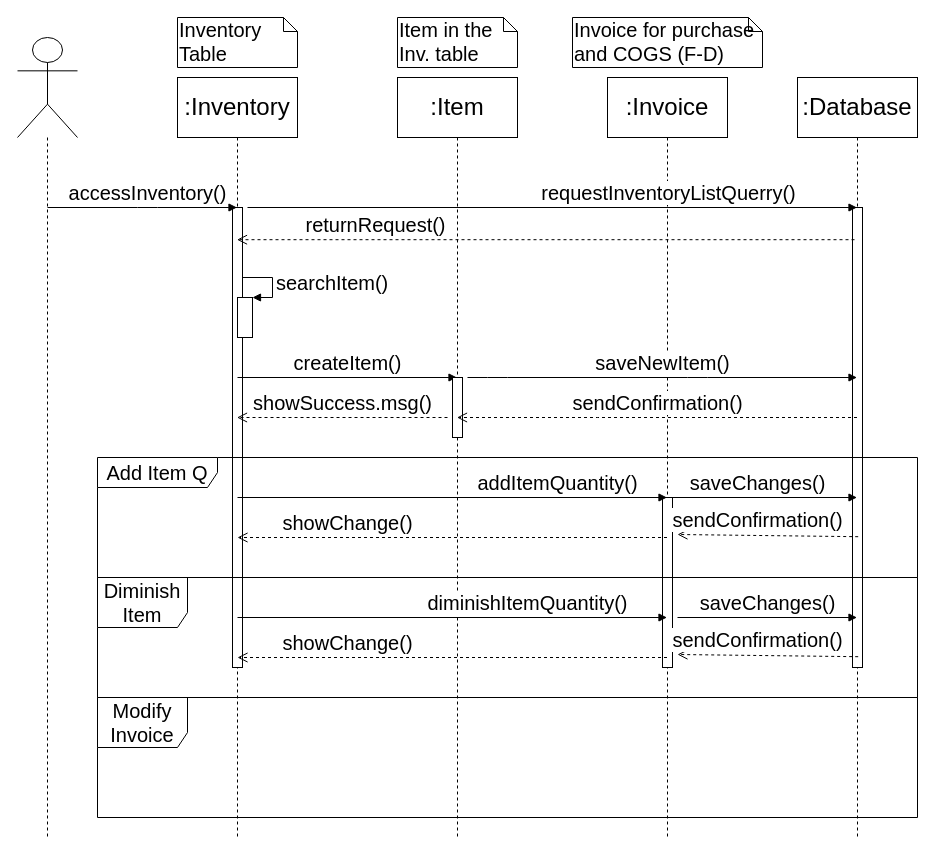
Above: Diagrams/Sequence Diagrams/SEQ_17-18-19-20_Register Add Diminish Inventory Items and Modify Invoice.drawio in kkasharaj17/SE-project (draw.io), before the change. Source tidied: cells renumbered, new cells numbered last; positions are measured from the earlier drawing's top-left corner, leaving out a move shared by most shapes. Both pictures are drawn from the tidied source at 100%, with x=0, y=0 at pixel (17, 17).
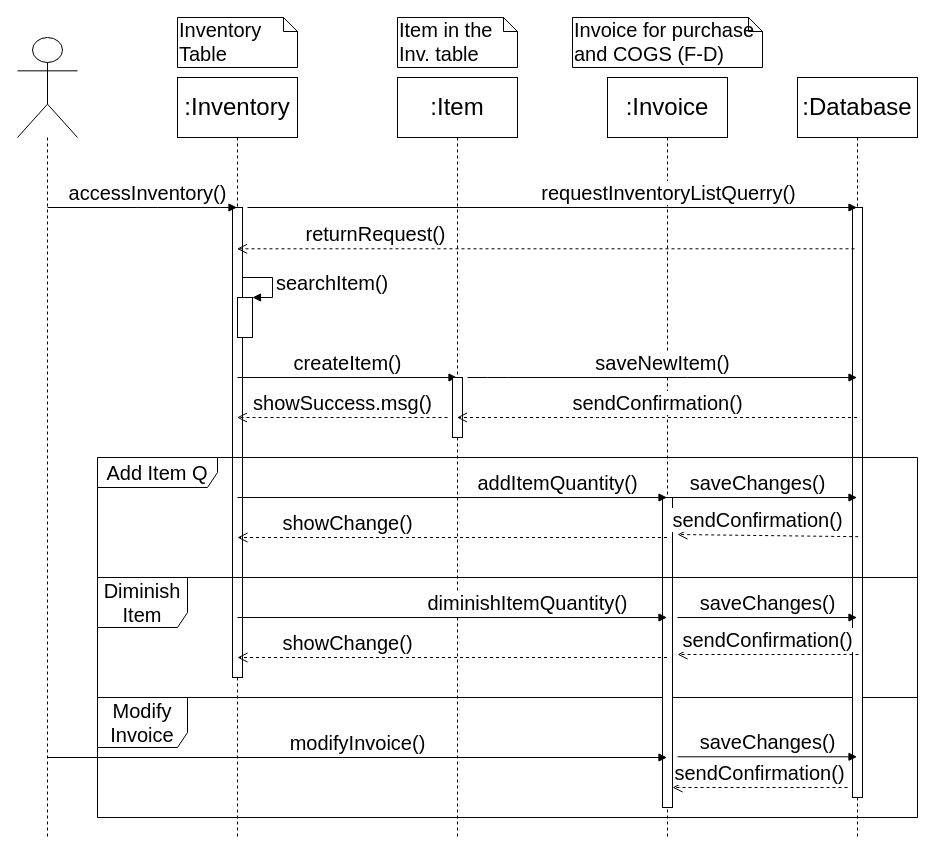
After the change.

Unchanged cells that the change refers to:
```xml
<mxCell id="4" value=":Invoice" style="shape=umlLifeline;perimeter=lifelinePerimeter;whiteSpace=wrap;html=1;outlineConnect=0;size=60;fontSize=24;" parent="1" vertex="1">
  <mxGeometry x="590" y="60" width="120" height="760" as="geometry" />
</mxCell>
<mxCell id="6" value=":Database" style="shape=umlLifeline;perimeter=lifelinePerimeter;whiteSpace=wrap;html=1;outlineConnect=0;size=60;fontSize=24;" parent="1" vertex="1">
  <mxGeometry x="780" y="60" width="120" height="760" as="geometry" />
</mxCell>
<mxCell id="8" value=":Inventory" style="shape=umlLifeline;perimeter=lifelinePerimeter;whiteSpace=wrap;html=1;outlineConnect=0;size=60;fontSize=24;" parent="1" vertex="1">
  <mxGeometry x="160" y="60" width="120" height="760" as="geometry" />
</mxCell>
<mxCell id="15" style="shape=umlLifeline;participant=umlActor;perimeter=lifelinePerimeter;whiteSpace=wrap;html=1;verticalAlign=top;spacingTop=36;labelBackgroundColor=#ffffff;size=100;" parent="1" vertex="1">
  <mxGeometry y="20" width="60" height="800" as="geometry" />
</mxCell>
```

Change to the diagram source:
```diff
@@
     <mxCell id="5" style="html=1;points=[];perimeter=orthogonalPerimeter;fontSize=20;" parent="4" vertex="1">
-      <mxGeometry x="55" y="420" width="10" height="170" as="geometry" />
+      <mxGeometry x="55" y="420" width="10" height="310" as="geometry" />
     </mxCell>
@@
     <mxCell id="7" style="html=1;points=[];perimeter=orthogonalPerimeter;fontSize=20;" parent="6" vertex="1">
-      <mxGeometry x="55" y="130" width="10" height="460" as="geometry" />
+      <mxGeometry x="55" y="130" width="10" height="590" as="geometry" />
     </mxCell>
@@
     <mxCell id="9" style="html=1;points=[];perimeter=orthogonalPerimeter;fontSize=20;" parent="8" vertex="1">
-      <mxGeometry x="55" y="130" width="10" height="460" as="geometry" />
+      <mxGeometry x="55" y="130" width="10" height="470" as="geometry" />
     </mxCell>
@@
+    <mxCell id="34" value="modifyInvoice()" style="html=1;verticalAlign=bottom;endArrow=block;fontSize=20;" parent="15" edge="1" target="4">
+      <mxGeometry relative="1" as="geometry">
+        <mxPoint x="30" y="720" as="sourcePoint" />
+      </mxGeometry>
+    </mxCell>
@@
     <mxCell id="32" value="sendConfirmation()" style="html=1;verticalAlign=bottom;endArrow=open;dashed=1;endSize=8;fontSize=20;" parent="1" edge="1">
-      <mxGeometry x="0.11" y="-1" relative="1" as="geometry">
-        <mxPoint x="840.7" y="639.2" as="sourcePoint" />
+      <mxGeometry x="0.01" relative="1" as="geometry">
+        <mxPoint x="841" y="637" as="sourcePoint" />
         <mxPoint x="660" y="637" as="targetPoint" />
-        <mxPoint x="-1" as="offset" />
       </mxGeometry>
     </mxCell>
@@
+    <mxCell id="35" value="saveChanges()" style="html=1;verticalAlign=bottom;endArrow=block;fontSize=20;" parent="1" edge="1">
+      <mxGeometry relative="1" as="geometry">
+        <mxPoint x="660" y="739.3" as="sourcePoint" />
+        <mxPoint x="839.5" y="739.3" as="targetPoint" />
+      </mxGeometry>
+    </mxCell>
+    <mxCell id="36" value="sendConfirmation()" style="html=1;verticalAlign=bottom;endArrow=open;dashed=1;endSize=8;fontSize=20;" parent="1" edge="1" target="5">
+      <mxGeometry relative="1" as="geometry">
+        <mxPoint x="830" y="770" as="sourcePoint" />
+      </mxGeometry>
+    </mxCell>
```
